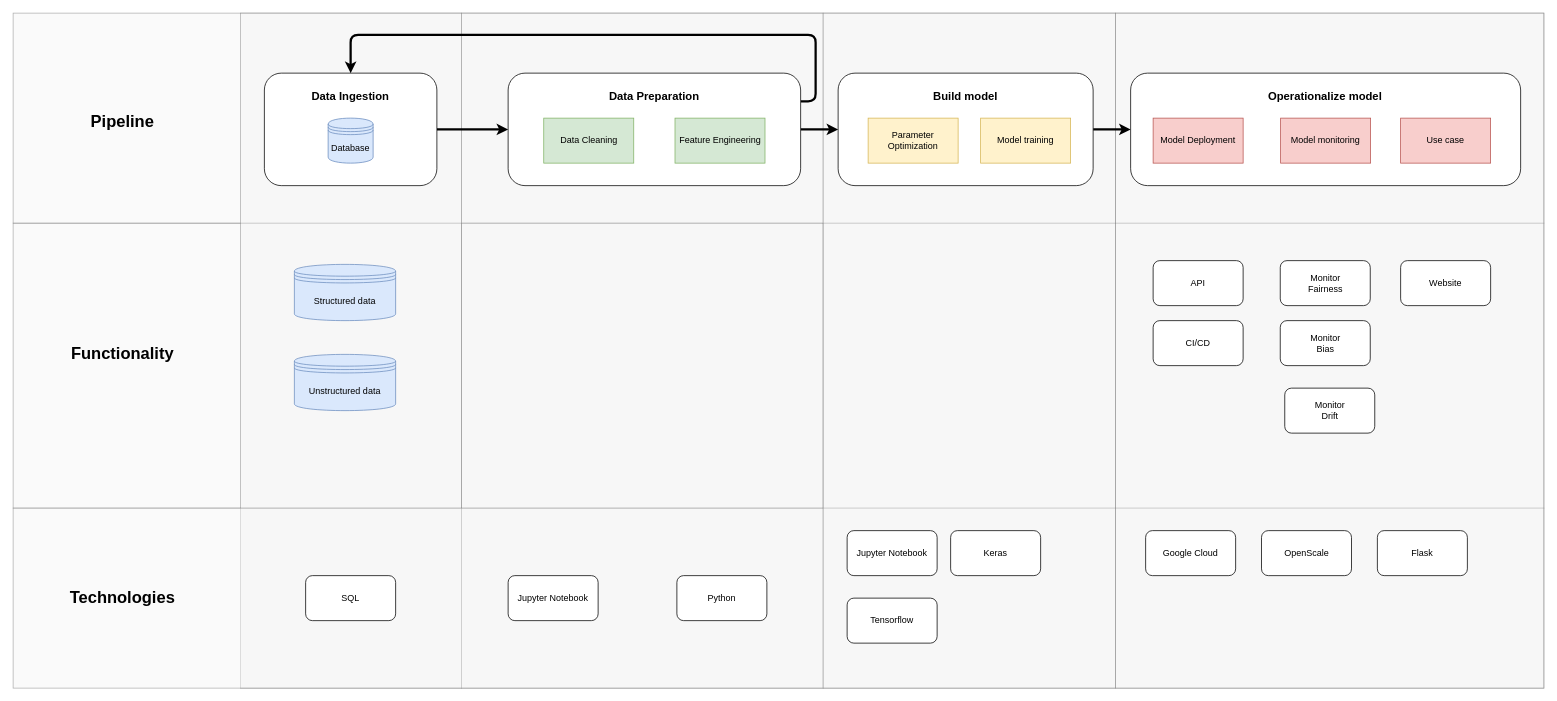
bmaelum/ml_pipeline keeps this draw.io diagram as ml_pipeline_diagram.drawio. Above is the earlier version. Source tidied: cells renumbered, new cells numbered last; positions are measured from the earlier drawing's top-left corner, leaving out a move shared by most shapes. Both pictures are drawn from the tidied source at 75%, with x=0, y=0 at pixel (13, 13).
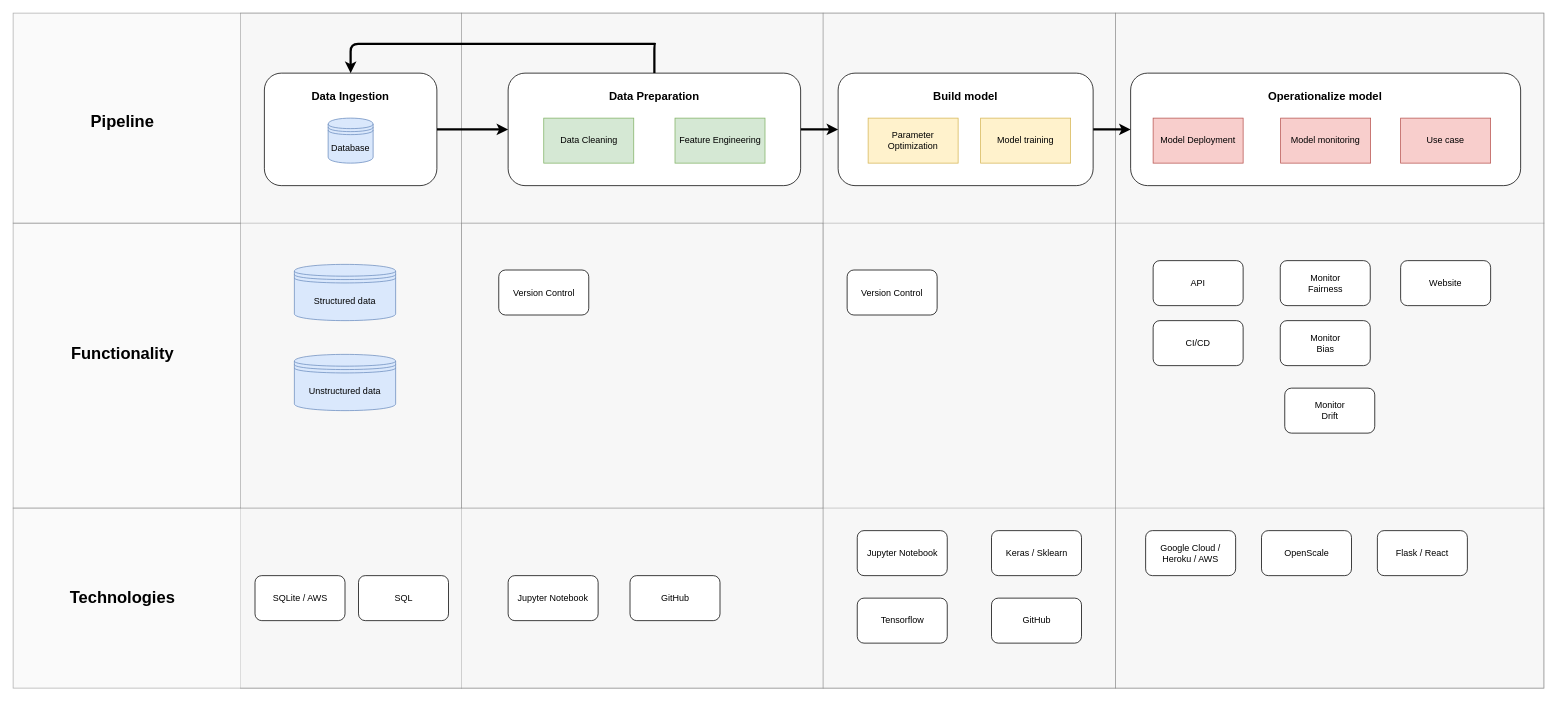
The same diagram, later.

The change refers to these unchanged cells:
```xml
<mxCell id="12" style="rounded=1;whiteSpace=wrap;html=1;" parent="1" vertex="1">
  <mxGeometry x="660" y="80" width="390" height="150" as="geometry" />
</mxCell>
<mxCell id="22" style="rounded=1;whiteSpace=wrap;html=1;" parent="1" vertex="1">
  <mxGeometry x="335" y="80" width="230" height="150" as="geometry" />
</mxCell>
```

Change to the diagram source:
```diff
@@
-    <mxCell id="11" style="edgeStyle=orthogonalEdgeStyle;rounded=1;jettySize=auto;html=1;exitX=1;exitY=0.25;exitDx=0;exitDy=0;entryX=0.5;entryY=0;entryDx=0;entryDy=0;strokeWidth=3;" parent="1" edge="1" source="12" target="22">
+    <mxCell id="11" style="edgeStyle=orthogonalEdgeStyle;jettySize=auto;html=1;exitX=0.5;exitY=0;exitDx=0;exitDy=0;entryX=0.5;entryY=0;entryDx=0;entryDy=0;strokeColor=#000000;strokeWidth=3;" parent="1" edge="1" source="12" target="22">
       <mxGeometry relative="1" as="geometry">
         <Array as="points">
-          <mxPoint x="1070" y="118" />
-          <mxPoint x="1070" y="29" />
-          <mxPoint x="450" y="29" />
+          <mxPoint x="856" y="41" />
+          <mxPoint x="451" y="41" />
         </Array>
       </mxGeometry>
     </mxCell>
@@
-    <mxCell id="37" value="SQL" style="rounded=1;whiteSpace=wrap;html=1;" parent="1" vertex="1">
-      <mxGeometry x="390" y="750" width="120" height="60" as="geometry" />
+    <mxCell id="37" value="SQLite / AWS" style="rounded=1;whiteSpace=wrap;html=1;" parent="1" vertex="1">
+      <mxGeometry x="322.5" y="750" width="120" height="60" as="geometry" />
     </mxCell>
     <mxCell id="38" value="Jupyter Notebook" style="rounded=1;whiteSpace=wrap;html=1;" parent="1" vertex="1">
-      <mxGeometry x="1112" y="690" width="120" height="60" as="geometry" />
+      <mxGeometry x="1125.5" y="690" width="120" height="60" as="geometry" />
     </mxCell>
-    <mxCell id="39" value="Keras" style="rounded=1;whiteSpace=wrap;html=1;" parent="1" vertex="1">
-      <mxGeometry x="1250" y="690" width="120" height="60" as="geometry" />
+    <mxCell id="39" value="Keras / Sklearn" style="rounded=1;whiteSpace=wrap;html=1;" parent="1" vertex="1">
+      <mxGeometry x="1304.5" y="690" width="120" height="60" as="geometry" />
     </mxCell>
     <mxCell id="40" value="Tensorflow" style="rounded=1;whiteSpace=wrap;html=1;" parent="1" vertex="1">
-      <mxGeometry x="1112" y="780" width="120" height="60" as="geometry" />
+      <mxGeometry x="1125.5" y="780" width="120" height="60" as="geometry" />
     </mxCell>
-    <mxCell id="41" value="Google Cloud" style="rounded=1;whiteSpace=wrap;html=1;" parent="1" vertex="1">
+    <mxCell id="41" value="Google Cloud / Heroku / AWS" style="rounded=1;whiteSpace=wrap;html=1;" parent="1" vertex="1">
       <mxGeometry x="1510" y="690" width="120" height="60" as="geometry" />
     </mxCell>
@@
-    <mxCell id="47" value="Python" style="rounded=1;whiteSpace=wrap;html=1;" parent="1" vertex="1">
-      <mxGeometry x="885" y="750" width="120" height="60" as="geometry" />
-    </mxCell>
-    <mxCell id="48" value="Flask" style="rounded=1;whiteSpace=wrap;html=1;" parent="1" vertex="1">
+    <mxCell id="48" value="Flask / React" style="rounded=1;whiteSpace=wrap;html=1;" parent="1" vertex="1">
       <mxGeometry x="1819" y="690" width="120" height="60" as="geometry" />
     </mxCell>
+    <mxCell id="49" value="SQL" style="rounded=1;whiteSpace=wrap;html=1;" parent="1" vertex="1">
+      <mxGeometry x="460.5" y="750" width="120" height="60" as="geometry" />
+    </mxCell>
+    <mxCell id="50" value="Version Control" style="rounded=1;whiteSpace=wrap;html=1;" parent="1" vertex="1">
+      <mxGeometry x="647.5" y="342.5" width="120" height="60" as="geometry" />
+    </mxCell>
+    <mxCell id="51" value="GitHub" style="rounded=1;whiteSpace=wrap;html=1;" parent="1" vertex="1">
+      <mxGeometry x="822.5" y="750" width="120" height="60" as="geometry" />
+    </mxCell>
+    <mxCell id="52" value="GitHub" style="rounded=1;whiteSpace=wrap;html=1;" parent="1" vertex="1">
+      <mxGeometry x="1304.5" y="780" width="120" height="60" as="geometry" />
+    </mxCell>
+    <mxCell id="53" value="Version Control" style="rounded=1;whiteSpace=wrap;html=1;" parent="1" vertex="1">
+      <mxGeometry x="1112" y="342.5" width="120" height="60" as="geometry" />
+    </mxCell>
```
